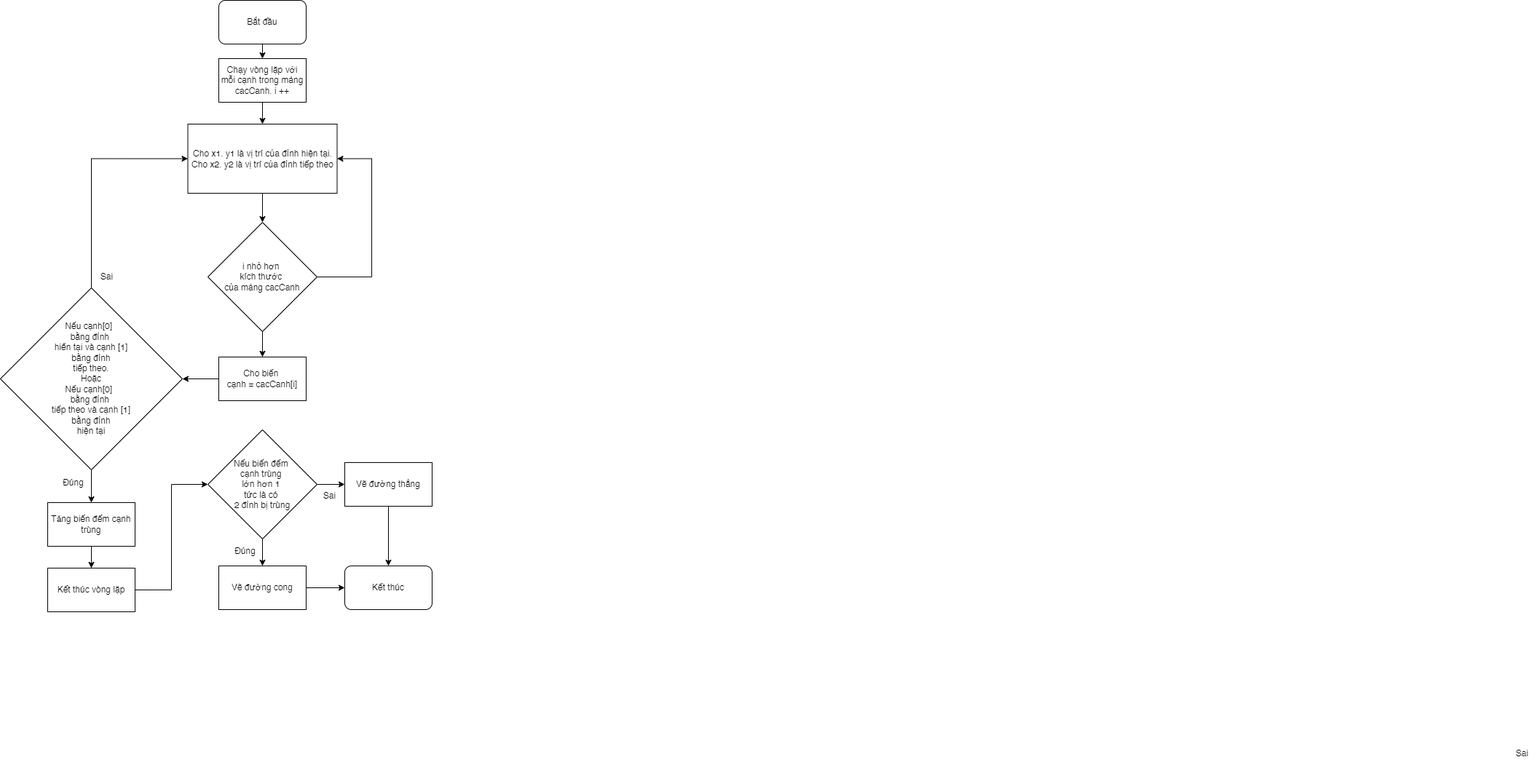
Earlier version of the draw.io export Flowcharts/mainScripts/Exported/veCanh.drawio.png (PhucTruong-ctrl/NienLuan1). Source tidied: cells renumbered, new cells last; positions are measured from the earlier drawing's top-left corner, leaving out a move shared by most shapes. Source of this version:
```xml
<mxGraphModel>
  <root>
    <mxCell id="0" />
    <mxCell id="1" parent="0" />
    <mxCell id="2" style="edgeStyle=orthogonalEdgeStyle;rounded=0;jettySize=auto;html=1;exitX=0.5;exitY=1;exitDx=0;exitDy=0;entryX=0.5;entryY=0;entryDx=0;entryDy=0;" parent="1" edge="1" source="3" target="5">
      <mxGeometry relative="1" as="geometry" />
    </mxCell>
    <mxCell id="3" value="Bắt đầu" style="rounded=1;whiteSpace=wrap;html=1;" parent="1" vertex="1">
      <mxGeometry x="300" width="120" height="60" as="geometry" />
    </mxCell>
    <mxCell id="4" style="edgeStyle=orthogonalEdgeStyle;rounded=0;jettySize=auto;html=1;exitX=0.5;exitY=1;exitDx=0;exitDy=0;entryX=0.5;entryY=0;entryDx=0;entryDy=0;" parent="1" edge="1" source="5" target="7">
      <mxGeometry relative="1" as="geometry" />
    </mxCell>
    <mxCell id="5" value="Chạy vòng lặp với mỗi cạnh trong mảng cacCanh. i ++" style="rounded=0;whiteSpace=wrap;html=1;" parent="1" vertex="1">
      <mxGeometry x="300" y="80" width="120" height="60" as="geometry" />
    </mxCell>
    <mxCell id="6" style="edgeStyle=orthogonalEdgeStyle;rounded=0;jettySize=auto;html=1;exitX=0.5;exitY=1;exitDx=0;exitDy=0;entryX=0.5;entryY=0;entryDx=0;entryDy=0;" parent="1" edge="1" source="7" target="10">
      <mxGeometry relative="1" as="geometry" />
    </mxCell>
    <mxCell id="7" value="Cho x1. y1 là vị trí của đỉnh hiện tại.&lt;div&gt;Cho x2. y2 là vị trí của đỉnh tiếp theo&lt;br&gt;&lt;/div&gt;" style="rounded=0;whiteSpace=wrap;html=1;" parent="1" vertex="1">
      <mxGeometry x="257.5" y="170" width="205" height="95" as="geometry" />
    </mxCell>
    <mxCell id="8" style="edgeStyle=orthogonalEdgeStyle;rounded=0;jettySize=auto;html=1;exitX=0.5;exitY=1;exitDx=0;exitDy=0;entryX=0.5;entryY=0;entryDx=0;entryDy=0;" parent="1" edge="1" source="10" target="15">
      <mxGeometry relative="1" as="geometry" />
    </mxCell>
    <mxCell id="9" style="edgeStyle=orthogonalEdgeStyle;rounded=0;jettySize=auto;html=1;exitX=1;exitY=0.5;exitDx=0;exitDy=0;entryX=1;entryY=0.5;entryDx=0;entryDy=0;" parent="1" edge="1" source="10" target="7">
      <mxGeometry relative="1" as="geometry">
        <Array as="points">
          <mxPoint x="510" y="380" />
          <mxPoint x="510" y="217" />
        </Array>
      </mxGeometry>
    </mxCell>
    <mxCell id="10" value="i nhỏ hơn&amp;nbsp;&lt;div&gt;kích thước&amp;nbsp;&lt;/div&gt;&lt;div&gt;của mảng cacCanh&lt;/div&gt;" style="rhombus;whiteSpace=wrap;html=1;" parent="1" vertex="1">
      <mxGeometry x="285" y="305" width="150" height="150" as="geometry" />
    </mxCell>
    <mxCell id="11" style="edgeStyle=orthogonalEdgeStyle;rounded=0;jettySize=auto;html=1;exitX=0.5;exitY=1;exitDx=0;exitDy=0;entryX=0.5;entryY=0;entryDx=0;entryDy=0;" parent="1" edge="1" source="13" target="17">
      <mxGeometry relative="1" as="geometry" />
    </mxCell>
    <mxCell id="12" style="edgeStyle=orthogonalEdgeStyle;rounded=0;jettySize=auto;html=1;exitX=0.5;exitY=0;exitDx=0;exitDy=0;entryX=0;entryY=0.5;entryDx=0;entryDy=0;" parent="1" edge="1" source="13" target="7">
      <mxGeometry relative="1" as="geometry" />
    </mxCell>
    <mxCell id="13" value="Nếu cạnh[0]&amp;nbsp;&amp;nbsp;&lt;div&gt;bằng đỉnh&amp;nbsp;&lt;/div&gt;&lt;div&gt;hiển tại và cạnh [1]&lt;/div&gt;&lt;div&gt;&amp;nbsp;bằng đỉnh&amp;nbsp;&lt;/div&gt;&lt;div&gt;tiếp theo.&lt;br&gt;Hoặc&lt;br&gt;Nếu cạnh[0]&amp;nbsp;&amp;nbsp;&lt;div&gt;bằng đỉnh&amp;nbsp;&lt;/div&gt;&lt;div&gt;tiếp theo và cạnh [1]&lt;/div&gt;&lt;div&gt;&amp;nbsp;bằng đỉnh&amp;nbsp;&lt;/div&gt;&lt;div&gt;hiện tại&lt;/div&gt;&lt;/div&gt;" style="rhombus;whiteSpace=wrap;html=1;" parent="1" vertex="1">
      <mxGeometry y="395" width="250" height="250" as="geometry" />
    </mxCell>
    <mxCell id="14" style="edgeStyle=orthogonalEdgeStyle;rounded=0;jettySize=auto;html=1;exitX=0;exitY=0.5;exitDx=0;exitDy=0;entryX=1;entryY=0.5;entryDx=0;entryDy=0;" parent="1" edge="1" source="15" target="13">
      <mxGeometry relative="1" as="geometry" />
    </mxCell>
    <mxCell id="15" value="Cho biến&amp;nbsp;&lt;div&gt;cạnh = cacCanh[i]&lt;/div&gt;" style="rounded=0;whiteSpace=wrap;html=1;" parent="1" vertex="1">
      <mxGeometry x="300" y="490" width="120" height="60" as="geometry" />
    </mxCell>
    <mxCell id="16" style="edgeStyle=orthogonalEdgeStyle;rounded=0;jettySize=auto;html=1;exitX=0.5;exitY=1;exitDx=0;exitDy=0;entryX=0.5;entryY=0;entryDx=0;entryDy=0;" parent="1" edge="1" source="17" target="22">
      <mxGeometry relative="1" as="geometry" />
    </mxCell>
    <mxCell id="17" value="Tăng biến đếm cạnh trùng" style="rounded=0;whiteSpace=wrap;html=1;" parent="1" vertex="1">
      <mxGeometry x="65" y="690" width="120" height="60" as="geometry" />
    </mxCell>
    <mxCell id="18" style="edgeStyle=orthogonalEdgeStyle;rounded=0;jettySize=auto;html=1;exitX=0.5;exitY=1;exitDx=0;exitDy=0;entryX=0.5;entryY=0;entryDx=0;entryDy=0;" parent="1" edge="1" source="20" target="24">
      <mxGeometry relative="1" as="geometry" />
    </mxCell>
    <mxCell id="19" style="edgeStyle=orthogonalEdgeStyle;rounded=0;jettySize=auto;html=1;exitX=1;exitY=0.5;exitDx=0;exitDy=0;entryX=0;entryY=0.5;entryDx=0;entryDy=0;" parent="1" edge="1" source="20" target="26">
      <mxGeometry relative="1" as="geometry" />
    </mxCell>
    <mxCell id="20" value="Nếu biến đếm&amp;nbsp;&lt;div&gt;cạnh trùng&amp;nbsp;&lt;/div&gt;&lt;div&gt;lớn hơn 1&amp;nbsp;&lt;/div&gt;&lt;div&gt;tức là có&amp;nbsp;&lt;/div&gt;&lt;div&gt;2 đỉnh bị trùng&lt;/div&gt;" style="rhombus;whiteSpace=wrap;html=1;" parent="1" vertex="1">
      <mxGeometry x="285" y="590" width="150" height="150" as="geometry" />
    </mxCell>
    <mxCell id="21" style="edgeStyle=orthogonalEdgeStyle;rounded=0;jettySize=auto;html=1;exitX=1;exitY=0.5;exitDx=0;exitDy=0;entryX=0;entryY=0.5;entryDx=0;entryDy=0;" parent="1" edge="1" source="22" target="20">
      <mxGeometry relative="1" as="geometry" />
    </mxCell>
    <mxCell id="22" value="Kết thúc vòng lặp" style="rounded=0;whiteSpace=wrap;html=1;" parent="1" vertex="1">
      <mxGeometry x="65" y="780" width="120" height="60" as="geometry" />
    </mxCell>
    <mxCell id="23" style="edgeStyle=orthogonalEdgeStyle;rounded=0;jettySize=auto;html=1;" parent="1" edge="1" source="24" target="31">
      <mxGeometry relative="1" as="geometry" />
    </mxCell>
    <mxCell id="24" value="Vẽ đường cong" style="rounded=0;whiteSpace=wrap;html=1;" parent="1" vertex="1">
      <mxGeometry x="300" y="777" width="120" height="60" as="geometry" />
    </mxCell>
    <mxCell id="25" style="edgeStyle=orthogonalEdgeStyle;rounded=0;jettySize=auto;html=1;" parent="1" edge="1" source="26" target="31">
      <mxGeometry relative="1" as="geometry" />
    </mxCell>
    <mxCell id="26" value="Vẽ đường thẳng" style="rounded=0;whiteSpace=wrap;html=1;" parent="1" vertex="1">
      <mxGeometry x="473" y="635" width="120" height="60" as="geometry" />
    </mxCell>
    <mxCell id="27" value="Đúng" style="text;html=1;align=center;verticalAlign=middle;strokeColor=none;fillColor=none;" parent="1" vertex="1">
      <mxGeometry x="311" y="742" width="50" height="30" as="geometry" />
    </mxCell>
    <mxCell id="28" value="Sai" style="text;html=1;align=center;verticalAlign=middle;strokeColor=none;fillColor=none;" parent="1" vertex="1">
      <mxGeometry x="432" y="666" width="40" height="30" as="geometry" />
    </mxCell>
    <mxCell id="29" value="Sai" style="text;html=1;align=center;verticalAlign=middle;strokeColor=none;fillColor=none;" parent="1" vertex="1">
      <mxGeometry x="126" y="365" width="40" height="30" as="geometry" />
    </mxCell>
    <mxCell id="30" value="Đúng" style="text;html=1;align=center;verticalAlign=middle;strokeColor=none;fillColor=none;" parent="1" vertex="1">
      <mxGeometry x="75" y="648" width="50" height="30" as="geometry" />
    </mxCell>
    <mxCell id="31" value="Kết thúc" style="rounded=1;whiteSpace=wrap;html=1;" parent="1" vertex="1">
      <mxGeometry x="473" y="777" width="120" height="60" as="geometry" />
    </mxCell>
    <mxCell id="32" value="Sai" style="text;html=1;align=center;verticalAlign=middle;strokeColor=none;fillColor=none;" parent="1" vertex="1">
      <mxGeometry x="2070" y="1020" width="40" height="30" as="geometry" />
    </mxCell>
  </root>
</mxGraphModel>
```
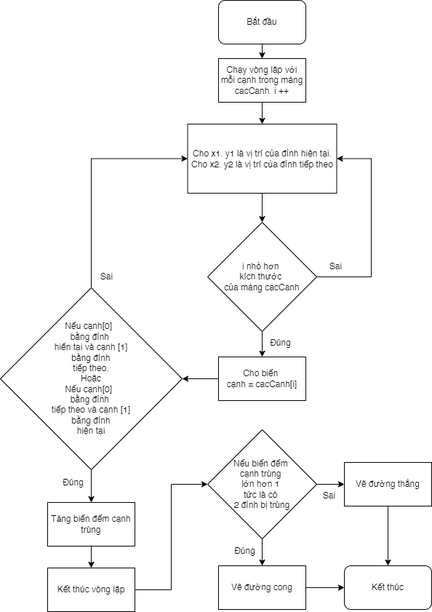
Later version of the same file.

Change to the diagram source:
```diff
@@ -97,8 +97,11 @@
     <mxCell id="31" value="Kết thúc" style="rounded=1;whiteSpace=wrap;html=1;" parent="1" vertex="1">
       <mxGeometry x="473" y="777" width="120" height="60" as="geometry" />
     </mxCell>
+    <mxCell id="33" value="Đúng" style="text;html=1;align=center;verticalAlign=middle;strokeColor=none;fillColor=none;" parent="1" vertex="1">
+      <mxGeometry x="360" y="456" width="50" height="30" as="geometry" />
+    </mxCell>
     <mxCell id="32" value="Sai" style="text;html=1;align=center;verticalAlign=middle;strokeColor=none;fillColor=none;" parent="1" vertex="1">
-      <mxGeometry x="2070" y="1020" width="40" height="30" as="geometry" />
+      <mxGeometry x="441" y="351" width="40" height="30" as="geometry" />
     </mxCell>
   </root>
 </mxGraphModel>
```
